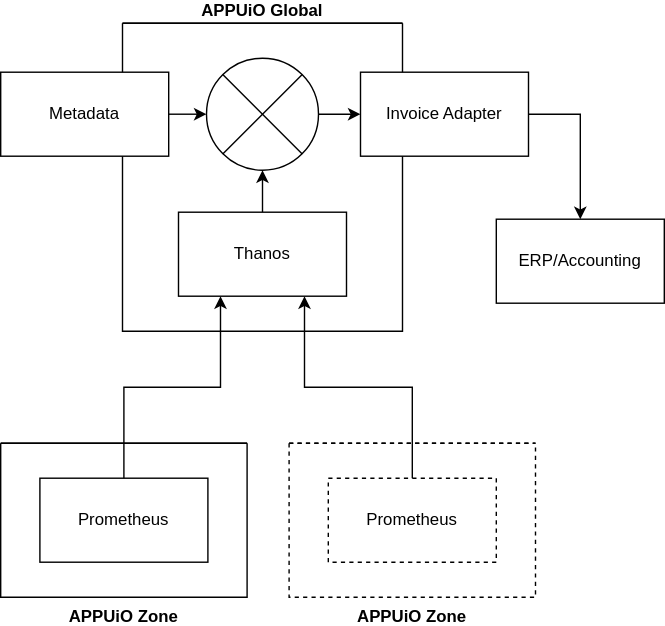
Earlier version of the draw.io export docs/modules/ROOT/assets/images/system/metering-invoicing.drawio.svg (appuio/appuio-io-docs). Source tidied: cells renumbered, new cells last; positions are measured from the earlier drawing's top-left corner, leaving out a move shared by most shapes.
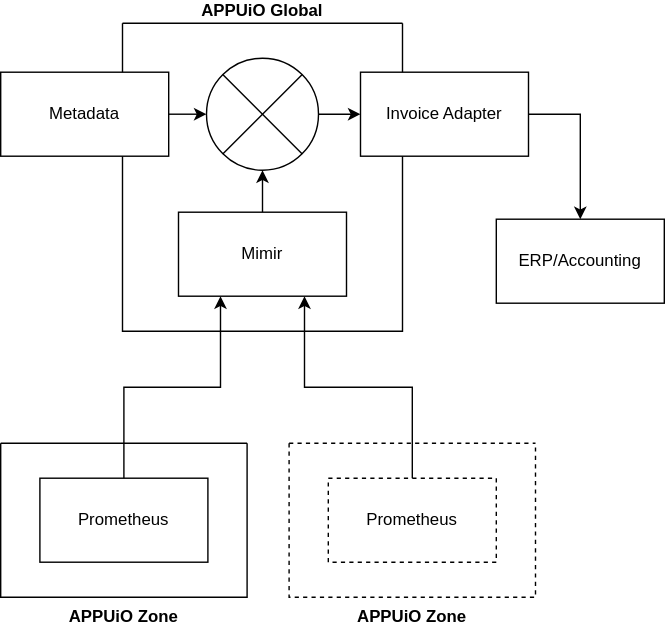
Above is the later version.

Commit message:
Switch references from Thanos to Mimir (#157)

Change to the diagram source:
```diff
@@ -8,7 +8,7 @@
     <mxCell id="3" style="edgeStyle=orthogonalEdgeStyle;rounded=0;jettySize=auto;html=1;exitX=0.5;exitY=0;exitDx=0;exitDy=0;entryX=0.5;entryY=1;entryDx=0;entryDy=0;" parent="2" edge="1" source="4" target="5">
       <mxGeometry relative="1" as="geometry" />
     </mxCell>
-    <mxCell id="4" value="Thanos" style="rounded=0;whiteSpace=wrap;html=1;" parent="2" vertex="1">
+    <mxCell id="4" value="Mimir" style="rounded=0;whiteSpace=wrap;html=1;" parent="2" vertex="1">
       <mxGeometry x="40" y="135" width="120" height="60" as="geometry" />
     </mxCell>
     <mxCell id="5" style="shape=sumEllipse;perimeter=ellipsePerimeter;whiteSpace=wrap;html=1;backgroundOutline=1;" parent="2" vertex="1">
```
